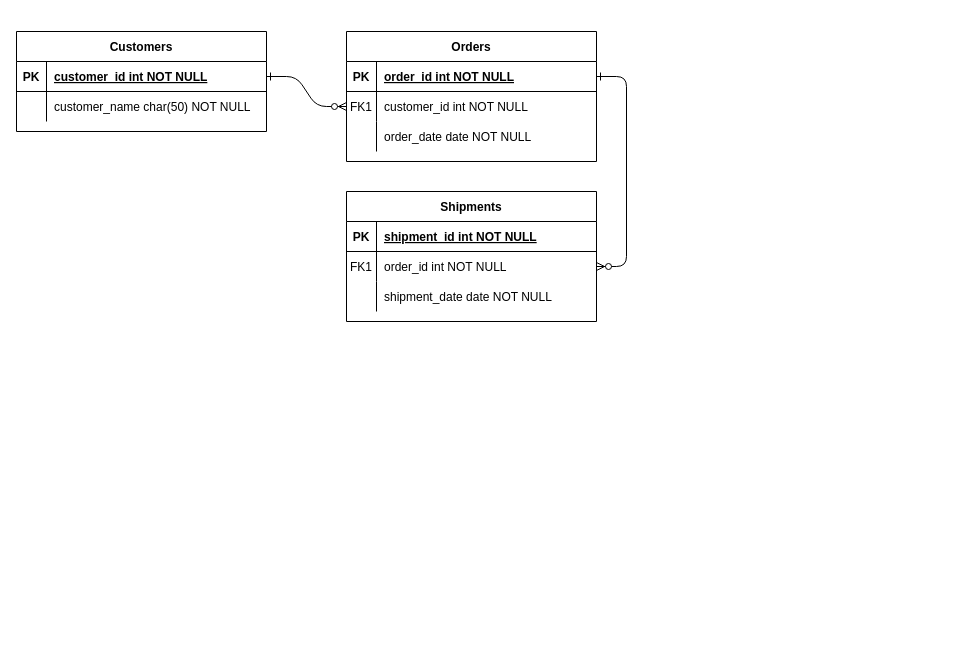
This is Untitled Diagram.drawio from hestinadwii/2108077_HestinaDwi_C12021, a draw.io file, before an edit. Source tidied: cells renumbered, new cells numbered last; positions are measured from the earlier drawing's top-left corner, leaving out a move shared by most shapes. Both pictures are drawn from the tidied source at 100%, with x=0, y=0 at pixel (16, 31).
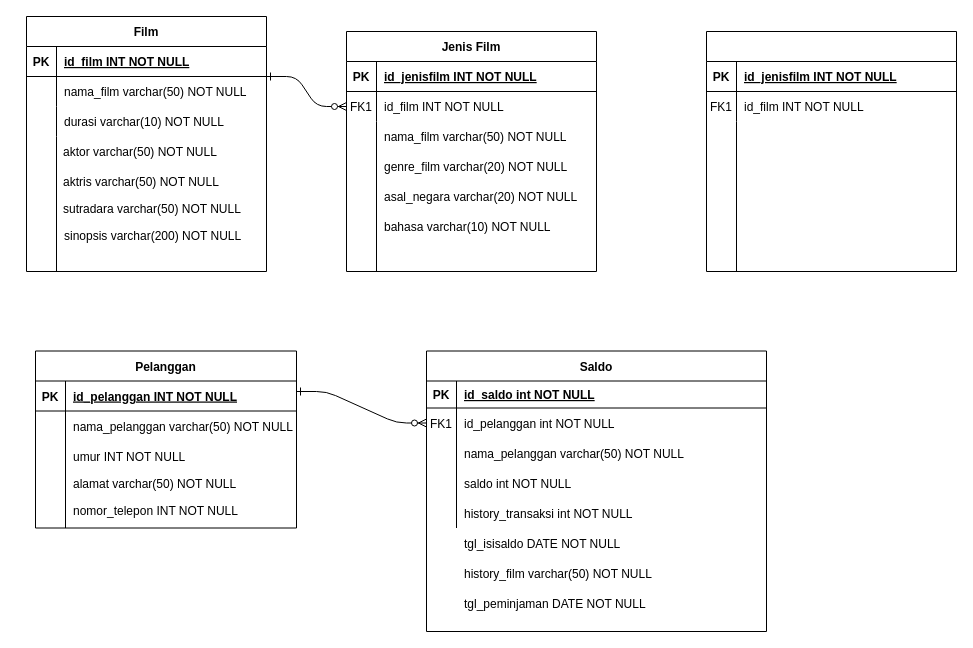
Above is the later version.

Unchanged cells that the change refers to:
```xml
<mxCell id="5" style="shape=partialRectangle;fillColor=none;points=[[0,0.5],[1,0.5]];portConstraint=eastwest;top=0;left=0;right=0;bottom=1;" parent="4" vertex="1">
  <mxGeometry y="30" width="250" height="30" as="geometry" />
</mxCell>
<mxCell id="8" style="shape=partialRectangle;fillColor=none;points=[[0,0.5],[1,0.5]];portConstraint=eastwest;top=0;left=0;right=0;bottom=0;" parent="4" vertex="1">
  <mxGeometry y="60" width="250" height="30" as="geometry" />
</mxCell>
```

Change to the diagram source:
```diff
@@
-    <mxCell id="2" style="edgeStyle=entityRelationEdgeStyle;endArrow=ERzeroToMany;startArrow=ERone;endFill=1;startFill=0;" parent="1" edge="1" source="25" target="8">
-      <mxGeometry relative="1" as="geometry" />
+    <mxCell id="2" style="edgeStyle=entityRelationEdgeStyle;endArrow=ERzeroToMany;startArrow=ERone;endFill=1;startFill=0;" parent="1" edge="1" target="8">
+      <mxGeometry relative="1" as="geometry">
+        <mxPoint x="250" y="45" as="sourcePoint" />
+      </mxGeometry>
     </mxCell>
-    <mxCell id="3" style="edgeStyle=entityRelationEdgeStyle;endArrow=ERzeroToMany;startArrow=ERone;endFill=1;startFill=0;" parent="1" edge="1" source="5" target="18">
-      <mxGeometry relative="1" as="geometry" />
-    </mxCell>
-    <mxCell id="4" value="Orders" style="shape=table;startSize=30;childLayout=tableLayout;rowLines=0;fontStyle=1;align=center;" parent="1" vertex="1">
-      <mxGeometry x="330" width="250" height="130" as="geometry" />
+    <mxCell id="4" value="Jenis Film" style="shape=table;startSize=30;childLayout=tableLayout;rowLines=0;fontStyle=1;align=center;" parent="1" vertex="1">
+      <mxGeometry x="330" width="250" height="240" as="geometry" />
     </mxCell>
@@
-    <mxCell id="7" value="order_id int NOT NULL " style="shape=partialRectangle;overflow=hidden;fillColor=none;top=0;left=0;bottom=0;right=0;align=left;spacingLeft=6;fontStyle=5;" parent="5" vertex="1">
+    <mxCell id="7" value="id_jenisfilm INT NOT NULL" style="shape=partialRectangle;overflow=hidden;fillColor=none;top=0;left=0;bottom=0;right=0;align=left;spacingLeft=6;fontStyle=5;" parent="5" vertex="1">
       <mxGeometry x="30" width="220" height="30" as="geometry" />
     </mxCell>
@@
-    <mxCell id="10" value="customer_id int NOT NULL" style="shape=partialRectangle;overflow=hidden;fillColor=none;top=0;left=0;bottom=0;right=0;align=left;spacingLeft=6;" parent="8" vertex="1">
+    <mxCell id="10" value="id_film INT NOT NULL" style="shape=partialRectangle;overflow=hidden;fillColor=none;top=0;left=0;bottom=0;right=0;align=left;spacingLeft=6;" parent="8" vertex="1">
       <mxGeometry x="30" width="220" height="30" as="geometry" />
     </mxCell>
     <mxCell id="11" style="shape=partialRectangle;fillColor=none;top=0;left=0;right=0;bottom=0;" parent="4" vertex="1">
-      <mxGeometry y="90" width="250" height="30" as="geometry" />
+      <mxGeometry y="90" width="250" height="150" as="geometry" />
     </mxCell>
     <mxCell id="12" style="shape=partialRectangle;overflow=hidden;fillColor=none;top=0;left=0;bottom=0;right=0;" parent="11" vertex="1">
-      <mxGeometry width="30" height="30" as="geometry" />
+      <mxGeometry width="30" height="150" as="geometry" />
     </mxCell>
-    <mxCell id="13" value="order_date date NOT NULL" style="shape=partialRectangle;overflow=hidden;fillColor=none;top=0;left=0;bottom=0;right=0;align=left;spacingLeft=6;" parent="11" vertex="1">
-      <mxGeometry x="30" width="220" height="30" as="geometry" />
+    <mxCell id="13" style="shape=partialRectangle;overflow=hidden;fillColor=none;top=0;left=0;bottom=0;right=0;align=left;spacingLeft=6;" parent="11" vertex="1">
+      <mxGeometry x="30" width="220" height="150" as="geometry" />
     </mxCell>
-    <mxCell id="14" value="Shipments" style="shape=table;startSize=30;childLayout=tableLayout;rowLines=0;fontStyle=1;align=center;" parent="1" vertex="1">
-      <mxGeometry x="330" y="160" width="250" height="130" as="geometry" />
+    <mxCell id="14" value="Saldo" style="shape=table;startSize=30;childLayout=tableLayout;rowLines=0;fontStyle=1;align=center;" parent="1" vertex="1">
+      <mxGeometry x="410" y="319.5" width="340" height="280.5" as="geometry" />
     </mxCell>
     <mxCell id="15" style="shape=partialRectangle;fillColor=none;top=0;left=0;right=0;bottom=1;" parent="14" vertex="1">
-      <mxGeometry y="30" width="250" height="30" as="geometry" />
+      <mxGeometry y="30" width="340" height="27" as="geometry" />
     </mxCell>
     <mxCell id="16" value="PK" style="shape=partialRectangle;overflow=hidden;fillColor=none;top=0;left=0;bottom=0;right=0;fontStyle=1;" parent="15" vertex="1">
-      <mxGeometry width="30" height="30" as="geometry" />
+      <mxGeometry width="30" height="27" as="geometry" />
     </mxCell>
-    <mxCell id="17" value="shipment_id int NOT NULL " style="shape=partialRectangle;overflow=hidden;fillColor=none;top=0;left=0;bottom=0;right=0;align=left;spacingLeft=6;fontStyle=5;" parent="15" vertex="1">
-      <mxGeometry x="30" width="220" height="30" as="geometry" />
+    <mxCell id="17" value="id_saldo int NOT NULL " style="shape=partialRectangle;overflow=hidden;fillColor=none;top=0;left=0;bottom=0;right=0;align=left;spacingLeft=6;fontStyle=5;" parent="15" vertex="1">
+      <mxGeometry x="30" width="310" height="27" as="geometry" />
     </mxCell>
     <mxCell id="18" style="shape=partialRectangle;fillColor=none;points=[[0,0.5],[1,0.5]];portConstraint=eastwest;top=0;left=0;right=0;bottom=0;" parent="14" vertex="1">
-      <mxGeometry y="60" width="250" height="30" as="geometry" />
+      <mxGeometry y="57" width="340" height="30" as="geometry" />
     </mxCell>
@@
-    <mxCell id="20" value="order_id int NOT NULL" style="shape=partialRectangle;overflow=hidden;fillColor=none;top=0;left=0;bottom=0;right=0;align=left;spacingLeft=6;" parent="18" vertex="1">
-      <mxGeometry x="30" width="220" height="30" as="geometry" />
+    <mxCell id="20" value="id_pelanggan int NOT NULL" style="shape=partialRectangle;overflow=hidden;fillColor=none;top=0;left=0;bottom=0;right=0;align=left;spacingLeft=6;" parent="18" vertex="1">
+      <mxGeometry x="30" width="310" height="30" as="geometry" />
     </mxCell>
     <mxCell id="21" style="shape=partialRectangle;fillColor=none;top=0;left=0;right=0;bottom=0;" parent="14" vertex="1">
-      <mxGeometry y="90" width="250" height="30" as="geometry" />
+      <mxGeometry y="87" width="340" height="90" as="geometry" />
     </mxCell>
     <mxCell id="22" style="shape=partialRectangle;overflow=hidden;fillColor=none;top=0;left=0;bottom=0;right=0;" parent="21" vertex="1">
-      <mxGeometry width="30" height="30" as="geometry" />
+      <mxGeometry width="30" height="90" as="geometry" />
     </mxCell>
-    <mxCell id="23" value="shipment_date date NOT NULL" style="shape=partialRectangle;overflow=hidden;fillColor=none;top=0;left=0;bottom=0;right=0;align=left;spacingLeft=6;" parent="21" vertex="1">
-      <mxGeometry x="30" width="220" height="30" as="geometry" />
+    <mxCell id="23" style="shape=partialRectangle;overflow=hidden;fillColor=none;top=0;left=0;bottom=0;right=0;align=left;spacingLeft=6;" parent="21" vertex="1">
+      <mxGeometry x="30" width="310" height="90" as="geometry" />
     </mxCell>
-    <mxCell id="24" value="Customers" style="shape=table;startSize=30;childLayout=tableLayout;rowLines=0;fontStyle=1;align=center;" parent="1" vertex="1">
-      <mxGeometry width="250" height="100" as="geometry" />
-    </mxCell>
+    <mxCell id="31" value="Film" style="shape=table;startSize=30;childLayout=tableLayout;rowLines=0;fontStyle=1;align=center;" parent="1" vertex="1">
+      <mxGeometry x="10" y="-15" width="240" height="255" as="geometry" />
+    </mxCell>
+    <mxCell id="32" style="shape=tableRow;horizontal=0;startSize=0;swimlaneHead=0;swimlaneBody=0;fillColor=none;top=0;left=0;right=0;bottom=1;" parent="31" vertex="1">
+      <mxGeometry y="30" width="240" height="30" as="geometry" />
+    </mxCell>
+    <mxCell id="33" value="PK" style="shape=partialRectangle;fillColor=none;top=0;left=0;bottom=0;right=0;fontStyle=1;overflow=hidden;" parent="32" vertex="1">
+      <mxGeometry width="30" height="30" as="geometry" />
+    </mxCell>
+    <mxCell id="34" value="id_film INT NOT NULL" style="shape=partialRectangle;fillColor=none;top=0;left=0;bottom=0;right=0;align=left;spacingLeft=6;fontStyle=5;overflow=hidden;" parent="32" vertex="1">
+      <mxGeometry x="30" width="210" height="30" as="geometry" />
+    </mxCell>
+    <mxCell id="35" style="shape=tableRow;horizontal=0;startSize=0;swimlaneHead=0;swimlaneBody=0;fillColor=none;top=0;left=0;right=0;bottom=0;" parent="31" vertex="1">
+      <mxGeometry y="60" width="240" height="30" as="geometry" />
+    </mxCell>
+    <mxCell id="36" style="shape=partialRectangle;fillColor=none;top=0;left=0;bottom=0;right=0;overflow=hidden;" parent="35" vertex="1">
+      <mxGeometry width="30" height="30" as="geometry" />
+    </mxCell>
+    <mxCell id="37" value="nama_film varchar(50) NOT NULL" style="shape=partialRectangle;fillColor=none;top=0;left=0;bottom=0;right=0;align=left;spacingLeft=6;overflow=hidden;" parent="35" vertex="1">
+      <mxGeometry x="30" width="210" height="30" as="geometry" />
+    </mxCell>
+    <mxCell id="38" style="shape=tableRow;horizontal=0;startSize=0;swimlaneHead=0;swimlaneBody=0;fillColor=none;top=0;left=0;right=0;bottom=0;" parent="31" vertex="1">
+      <mxGeometry y="90" width="240" height="30" as="geometry" />
+    </mxCell>
+    <mxCell id="39" style="shape=partialRectangle;fillColor=none;top=0;left=0;bottom=0;right=0;overflow=hidden;" parent="38" vertex="1">
+      <mxGeometry width="30" height="30" as="geometry" />
+    </mxCell>
+    <mxCell id="40" value="durasi varchar(10) NOT NULL" style="shape=partialRectangle;fillColor=none;top=0;left=0;bottom=0;right=0;align=left;spacingLeft=6;overflow=hidden;" parent="38" vertex="1">
+      <mxGeometry x="30" width="210" height="30" as="geometry" />
+    </mxCell>
+    <mxCell id="41" style="shape=tableRow;horizontal=0;startSize=0;swimlaneHead=0;swimlaneBody=0;fillColor=none;top=0;left=0;right=0;bottom=0;" parent="31" vertex="1">
+      <mxGeometry y="120" width="240" height="135" as="geometry" />
+    </mxCell>
+    <mxCell id="42" style="shape=partialRectangle;fillColor=none;top=0;left=0;bottom=0;right=0;overflow=hidden;" parent="41" vertex="1">
+      <mxGeometry width="30" height="135" as="geometry" />
+    </mxCell>
+    <mxCell id="43" style="shape=partialRectangle;fillColor=none;top=0;left=0;bottom=0;right=0;align=left;spacingLeft=6;overflow=hidden;" parent="41" vertex="1">
+      <mxGeometry x="30" width="210" height="135" as="geometry" />
+    </mxCell>
+    <mxCell id="44" value="aktor varchar(50) NOT NULL" style="shape=partialRectangle;fillColor=none;top=0;left=0;bottom=0;right=0;align=left;spacingLeft=6;overflow=hidden;" parent="1" vertex="1">
+      <mxGeometry x="39" y="105" width="210" height="30" as="geometry" />
+    </mxCell>
+    <mxCell id="45" value="aktris varchar(50) NOT NULL" style="shape=partialRectangle;fillColor=none;top=0;left=0;bottom=0;right=0;align=left;spacingLeft=6;overflow=hidden;" parent="1" vertex="1">
+      <mxGeometry x="39" y="135" width="210" height="30" as="geometry" />
+    </mxCell>
+    <mxCell id="46" value="sutradara varchar(50) NOT NULL" style="shape=partialRectangle;fillColor=none;top=0;left=0;bottom=0;right=0;align=left;spacingLeft=6;overflow=hidden;" parent="1" vertex="1">
+      <mxGeometry x="39" y="162" width="210" height="30" as="geometry" />
+    </mxCell>
+    <mxCell id="47" value="sinopsis varchar(200) NOT NULL" style="shape=partialRectangle;fillColor=none;top=0;left=0;bottom=0;right=0;align=left;spacingLeft=6;overflow=hidden;" parent="1" vertex="1">
+      <mxGeometry x="40" y="189" width="210" height="30" as="geometry" />
+    </mxCell>
+    <mxCell id="48" value="nama_film varchar(50) NOT NULL" style="shape=partialRectangle;overflow=hidden;fillColor=none;top=0;left=0;bottom=0;right=0;align=left;spacingLeft=6;" parent="1" vertex="1">
+      <mxGeometry x="360" y="90" width="220" height="30" as="geometry" />
+    </mxCell>
+    <mxCell id="49" value="genre_film varchar(20) NOT NULL" style="shape=partialRectangle;overflow=hidden;fillColor=none;top=0;left=0;bottom=0;right=0;align=left;spacingLeft=6;" parent="1" vertex="1">
+      <mxGeometry x="360" y="120" width="220" height="30" as="geometry" />
+    </mxCell>
+    <mxCell id="50" value="asal_negara varchar(20) NOT NULL" style="shape=partialRectangle;overflow=hidden;fillColor=none;top=0;left=0;bottom=0;right=0;align=left;spacingLeft=6;" parent="1" vertex="1">
+      <mxGeometry x="360" y="150" width="220" height="30" as="geometry" />
+    </mxCell>
+    <mxCell id="51" value="bahasa varchar(10) NOT NULL" style="shape=partialRectangle;overflow=hidden;fillColor=none;top=0;left=0;bottom=0;right=0;align=left;spacingLeft=6;" parent="1" vertex="1">
+      <mxGeometry x="360" y="180" width="220" height="30" as="geometry" />
+    </mxCell>
+    <mxCell id="52" style="shape=table;startSize=30;childLayout=tableLayout;rowLines=0;fontStyle=1;align=center;" parent="1" vertex="1">
+      <mxGeometry x="690" width="250" height="240" as="geometry" />
+    </mxCell>
-    <mxCell id="25" style="shape=partialRectangle;fillColor=none;points=[[0,0.5],[1,0.5]];portConstraint=eastwest;top=0;left=0;right=0;bottom=1;" parent="24" vertex="1">
+    <mxCell id="25" style="shape=partialRectangle;fillColor=none;points=[[0,0.5],[1,0.5]];portConstraint=eastwest;top=0;left=0;right=0;bottom=1;" parent="52" vertex="1">
       <mxGeometry y="30" width="250" height="30" as="geometry" />
     </mxCell>
@@
-    <mxCell id="27" value="customer_id int NOT NULL " style="shape=partialRectangle;overflow=hidden;fillColor=none;top=0;left=0;bottom=0;right=0;align=left;spacingLeft=6;fontStyle=5;" parent="25" vertex="1">
-      <mxGeometry x="30" width="220" height="30" as="geometry" />
-    </mxCell>
+    <mxCell id="53" value="id_jenisfilm INT NOT NULL" style="shape=partialRectangle;overflow=hidden;fillColor=none;top=0;left=0;bottom=0;right=0;align=left;spacingLeft=6;fontStyle=5;" parent="25" vertex="1">
+      <mxGeometry x="30" width="220" height="30" as="geometry" />
+    </mxCell>
-    <mxCell id="28" style="shape=partialRectangle;fillColor=none;top=0;left=0;right=0;bottom=0;" parent="24" vertex="1">
+    <mxCell id="28" style="shape=partialRectangle;fillColor=none;top=0;left=0;right=0;bottom=0;" parent="52" vertex="1">
       <mxGeometry y="60" width="250" height="30" as="geometry" />
     </mxCell>
-    <mxCell id="29" style="shape=partialRectangle;overflow=hidden;fillColor=none;top=0;left=0;bottom=0;right=0;" parent="28" vertex="1">
-      <mxGeometry width="30" height="30" as="geometry" />
-    </mxCell>
-    <mxCell id="30" value="customer_name char(50) NOT NULL" style="shape=partialRectangle;overflow=hidden;fillColor=none;top=0;left=0;bottom=0;right=0;align=left;spacingLeft=6;" parent="28" vertex="1">
-      <mxGeometry x="30" width="220" height="30" as="geometry" />
-    </mxCell>
+    <mxCell id="54" value="FK1" style="shape=partialRectangle;overflow=hidden;fillColor=none;top=0;left=0;bottom=0;right=0;" parent="28" vertex="1">
+      <mxGeometry width="30" height="30" as="geometry" />
+    </mxCell>
+    <mxCell id="55" value="id_film INT NOT NULL" style="shape=partialRectangle;overflow=hidden;fillColor=none;top=0;left=0;bottom=0;right=0;align=left;spacingLeft=6;" parent="28" vertex="1">
+      <mxGeometry x="30" width="220" height="30" as="geometry" />
+    </mxCell>
+    <mxCell id="56" style="shape=partialRectangle;fillColor=none;top=0;left=0;right=0;bottom=0;" parent="52" vertex="1">
+      <mxGeometry y="90" width="250" height="150" as="geometry" />
+    </mxCell>
+    <mxCell id="57" style="shape=partialRectangle;overflow=hidden;fillColor=none;top=0;left=0;bottom=0;right=0;" parent="56" vertex="1">
+      <mxGeometry width="30" height="150" as="geometry" />
+    </mxCell>
+    <mxCell id="58" style="shape=partialRectangle;overflow=hidden;fillColor=none;top=0;left=0;bottom=0;right=0;align=left;spacingLeft=6;" parent="56" vertex="1">
+      <mxGeometry x="30" width="220" height="150" as="geometry" />
+    </mxCell>
+    <mxCell id="59" value="Pelanggan" style="shape=table;startSize=30;childLayout=tableLayout;rowLines=0;fontStyle=1;align=center;" parent="1" vertex="1">
+      <mxGeometry x="19" y="319.5" width="261" height="177" as="geometry" />
+    </mxCell>
+    <mxCell id="60" style="shape=tableRow;horizontal=0;startSize=0;swimlaneHead=0;swimlaneBody=0;fillColor=none;top=0;left=0;right=0;bottom=1;" parent="59" vertex="1">
+      <mxGeometry y="30" width="261" height="30" as="geometry" />
+    </mxCell>
+    <mxCell id="61" value="PK" style="shape=partialRectangle;fillColor=none;top=0;left=0;bottom=0;right=0;fontStyle=1;overflow=hidden;" parent="60" vertex="1">
+      <mxGeometry width="30" height="30" as="geometry" />
+    </mxCell>
+    <mxCell id="62" value="id_pelanggan INT NOT NULL" style="shape=partialRectangle;fillColor=none;top=0;left=0;bottom=0;right=0;align=left;spacingLeft=6;fontStyle=5;overflow=hidden;" parent="60" vertex="1">
+      <mxGeometry x="30" width="231" height="30" as="geometry" />
+    </mxCell>
+    <mxCell id="63" style="shape=tableRow;horizontal=0;startSize=0;swimlaneHead=0;swimlaneBody=0;fillColor=none;top=0;left=0;right=0;bottom=0;" parent="59" vertex="1">
+      <mxGeometry y="60" width="261" height="30" as="geometry" />
+    </mxCell>
+    <mxCell id="64" style="shape=partialRectangle;fillColor=none;top=0;left=0;bottom=0;right=0;overflow=hidden;" parent="63" vertex="1">
+      <mxGeometry width="30" height="30" as="geometry" />
+    </mxCell>
+    <mxCell id="65" value="nama_pelanggan varchar(50) NOT NULL" style="shape=partialRectangle;fillColor=none;top=0;left=0;bottom=0;right=0;align=left;spacingLeft=6;overflow=hidden;" parent="63" vertex="1">
+      <mxGeometry x="30" width="231" height="30" as="geometry" />
+    </mxCell>
+    <mxCell id="66" style="shape=tableRow;horizontal=0;startSize=0;swimlaneHead=0;swimlaneBody=0;fillColor=none;top=0;left=0;right=0;bottom=0;" parent="59" vertex="1">
+      <mxGeometry y="90" width="261" height="30" as="geometry" />
+    </mxCell>
+    <mxCell id="67" style="shape=partialRectangle;fillColor=none;top=0;left=0;bottom=0;right=0;overflow=hidden;" parent="66" vertex="1">
+      <mxGeometry width="30" height="30" as="geometry" />
+    </mxCell>
+    <mxCell id="68" value="umur INT NOT NULL" style="shape=partialRectangle;fillColor=none;top=0;left=0;bottom=0;right=0;align=left;spacingLeft=6;overflow=hidden;" parent="66" vertex="1">
+      <mxGeometry x="30" width="231" height="30" as="geometry" />
+    </mxCell>
+    <mxCell id="69" style="shape=tableRow;horizontal=0;startSize=0;swimlaneHead=0;swimlaneBody=0;fillColor=none;top=0;left=0;right=0;bottom=0;" parent="59" vertex="1">
+      <mxGeometry y="120" width="261" height="57" as="geometry" />
+    </mxCell>
+    <mxCell id="70" style="shape=partialRectangle;fillColor=none;top=0;left=0;bottom=0;right=0;overflow=hidden;" parent="69" vertex="1">
+      <mxGeometry width="30" height="57" as="geometry" />
+    </mxCell>
+    <mxCell id="71" style="shape=partialRectangle;fillColor=none;top=0;left=0;bottom=0;right=0;align=left;spacingLeft=6;overflow=hidden;" parent="69" vertex="1">
+      <mxGeometry x="30" width="231" height="57" as="geometry" />
+    </mxCell>
+    <mxCell id="72" value="alamat varchar(50) NOT NULL" style="shape=partialRectangle;fillColor=none;top=0;left=0;bottom=0;right=0;align=left;spacingLeft=6;overflow=hidden;" parent="1" vertex="1">
+      <mxGeometry x="49" y="437" width="210" height="30" as="geometry" />
+    </mxCell>
+    <mxCell id="73" value="nomor_telepon INT NOT NULL" style="shape=partialRectangle;fillColor=none;top=0;left=0;bottom=0;right=0;align=left;spacingLeft=6;overflow=hidden;" parent="1" vertex="1">
+      <mxGeometry x="49" y="464" width="210" height="30" as="geometry" />
+    </mxCell>
+    <mxCell id="74" value="nama_pelanggan varchar(50) NOT NULL" style="shape=partialRectangle;overflow=hidden;fillColor=none;top=0;left=0;bottom=0;right=0;align=left;spacingLeft=6;" parent="1" vertex="1">
+      <mxGeometry x="440" y="407" width="310" height="30" as="geometry" />
+    </mxCell>
+    <mxCell id="75" value="saldo int NOT NULL" style="shape=partialRectangle;overflow=hidden;fillColor=none;top=0;left=0;bottom=0;right=0;align=left;spacingLeft=6;" parent="1" vertex="1">
+      <mxGeometry x="440" y="437" width="310" height="30" as="geometry" />
+    </mxCell>
+    <mxCell id="76" value="history_transaksi int NOT NULL" style="shape=partialRectangle;overflow=hidden;fillColor=none;top=0;left=0;bottom=0;right=0;align=left;spacingLeft=6;" parent="1" vertex="1">
+      <mxGeometry x="440" y="466.5" width="310" height="30" as="geometry" />
+    </mxCell>
+    <mxCell id="77" value="tgl_isisaldo DATE NOT NULL" style="shape=partialRectangle;overflow=hidden;fillColor=none;top=0;left=0;bottom=0;right=0;align=left;spacingLeft=6;" parent="1" vertex="1">
+      <mxGeometry x="440" y="496.5" width="310" height="30" as="geometry" />
+    </mxCell>
+    <mxCell id="78" value="history_film varchar(50) NOT NULL" style="shape=partialRectangle;overflow=hidden;fillColor=none;top=0;left=0;bottom=0;right=0;align=left;spacingLeft=6;" parent="1" vertex="1">
+      <mxGeometry x="440" y="526.5" width="310" height="30" as="geometry" />
+    </mxCell>
+    <mxCell id="79" value="tgl_peminjaman DATE NOT NULL" style="shape=partialRectangle;overflow=hidden;fillColor=none;top=0;left=0;bottom=0;right=0;align=left;spacingLeft=6;" parent="1" vertex="1">
+      <mxGeometry x="440" y="556.5" width="310" height="30" as="geometry" />
+    </mxCell>
+    <mxCell id="80" style="edgeStyle=entityRelationEdgeStyle;endArrow=ERzeroToMany;startArrow=ERone;endFill=1;startFill=0;entryX=0;entryY=0.5;entryDx=0;entryDy=0;" parent="1" edge="1" target="18">
+      <mxGeometry relative="1" as="geometry">
+        <mxPoint x="280" y="360" as="sourcePoint" />
+      </mxGeometry>
+    </mxCell>
```
